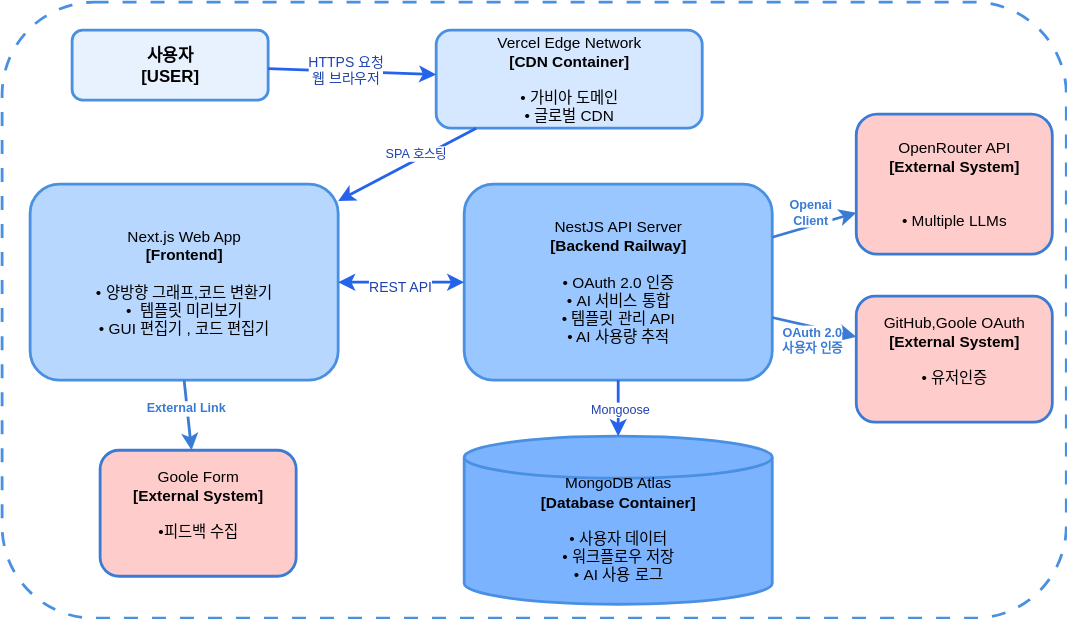
The draw.io diagram docs/assets/img/langgraph-architecture.svg in wo658/wo658.github.io, before a commit. Source tidied: cells renumbered, new cells last; positions are measured from the earlier drawing's top-left corner, leaving out a move shared by most shapes.
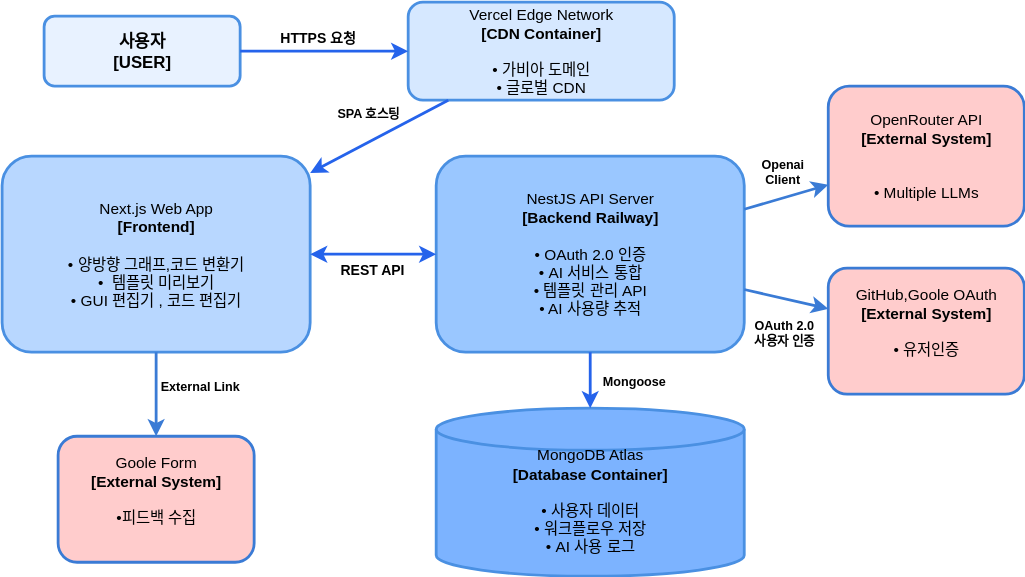
The same file after the commit.

Commit message:
chore: replace architecture diagram PNG with SVG and add zone identifier

What changed in the source:
```diff
@@ -2,11 +2,8 @@
   <root>
     <mxCell id="0" />
     <mxCell id="1" parent="0" />
-    <mxCell id="2" style="rounded=1;whiteSpace=wrap;html=1;dashed=1;dashPattern=5 5;strokeColor=#4A90E2;fillColor=none;fontSize=16;fontStyle=1;fontColor=#1e3a8a;strokeWidth=2;" parent="1" vertex="1">
-      <mxGeometry width="760" height="440" as="geometry" />
-    </mxCell>
     <mxCell id="3" value="&lt;div&gt;&lt;br&gt;&lt;/div&gt;사용자&lt;b&gt;&lt;br&gt;&lt;/b&gt;&lt;div&gt;&lt;b&gt;[USER]&lt;/b&gt;&lt;br&gt;&lt;div&gt;&lt;br&gt;&lt;/div&gt;&lt;/div&gt;" style="rounded=1;whiteSpace=wrap;html=1;fillColor=#E8F2FF;strokeColor=#4A90E2;fontSize=12;fontStyle=1;align=center;strokeWidth=2;" parent="1" vertex="1">
-      <mxGeometry x="50" y="20" width="140" height="50" as="geometry" />
+      <mxGeometry x="50" y="30" width="140" height="50" as="geometry" />
     </mxCell>
     <mxCell id="4" value="Vercel Edge Network&lt;br&gt;&lt;b&gt;[CDN Container]&lt;/b&gt;&lt;br&gt;&lt;br&gt;• 가비아 도메인&lt;br&gt;• 글로벌 CDN" style="rounded=1;whiteSpace=wrap;html=1;fillColor=#D6E8FF;strokeColor=#4A90E2;fontSize=11;align=center;strokeWidth=2;" parent="1" vertex="1">
       <mxGeometry x="310" y="20" width="190" height="70" as="geometry" />
@@ -29,55 +26,59 @@
     <mxCell id="10" style="endArrow=classic;html=1;rounded=0;strokeWidth=2;strokeColor=#2563eb;" parent="1" edge="1" source="3" target="4">
       <mxGeometry relative="1" as="geometry" />
     </mxCell>
-    <mxCell id="11" value="&lt;span style=&quot;font-weight: normal;&quot;&gt;HTTPS 요청&lt;br&gt;웹 브라우저&lt;/span&gt;" style="edgeLabel;html=1;align=center;verticalAlign=middle;fontSize=10;fontStyle=1;fontColor=#1e40af;" parent="10" vertex="1">
-      <mxGeometry x="-0.1" y="2" relative="1" as="geometry" />
+    <mxCell id="11" value="&lt;span style=&quot;&quot;&gt;HTTPS 요청&lt;br&gt;&lt;br&gt;&lt;/span&gt;" style="edgeLabel;html=1;align=center;verticalAlign=middle;fontSize=10;fontStyle=1;fontColor=#000000;fillColor=none;strokeColor=none;shadow=0;labelBackgroundColor=none;" parent="10" vertex="1">
+      <mxGeometry x="-0.1" y="2" relative="1" as="geometry">
+        <mxPoint y="-3" as="offset" />
+      </mxGeometry>
     </mxCell>
     <mxCell id="12" style="endArrow=classic;html=1;rounded=0;strokeWidth=2;strokeColor=#2563eb;" parent="1" edge="1" source="4" target="5">
       <mxGeometry relative="1" as="geometry" />
     </mxCell>
-    <mxCell id="13" value="SPA 호스팅" style="edgeLabel;html=1;align=center;verticalAlign=middle;fontSize=9;fontColor=#1e40af;" parent="12" vertex="1">
+    <mxCell id="13" value="SPA 호스팅" style="edgeLabel;html=1;align=center;verticalAlign=middle;fontSize=9;fontColor=#000000;fillColor=none;labelBackgroundColor=none;fontStyle=1;" parent="12" vertex="1">
       <mxGeometry x="-0.2" y="1" relative="1" as="geometry">
-        <mxPoint x="-5" y="-4" as="offset" />
+        <mxPoint x="-19" y="-12" as="offset" />
       </mxGeometry>
     </mxCell>
     <mxCell id="14" style="endArrow=classic;startArrow=classic;html=1;rounded=0;strokeWidth=2;strokeColor=#2563eb;" parent="1" edge="1" source="5" target="6">
       <mxGeometry relative="1" as="geometry" />
     </mxCell>
-    <mxCell id="15" value="&lt;span style=&quot;font-weight: normal;&quot;&gt;REST API&lt;/span&gt;" style="edgeLabel;html=1;align=center;verticalAlign=middle;fontSize=10;fontStyle=1;fontColor=#1e40af;" parent="14" vertex="1">
-      <mxGeometry x="-0.05" y="-2" relative="1" as="geometry" />
+    <mxCell id="15" value="&lt;span style=&quot;&quot;&gt;REST API&lt;/span&gt;" style="edgeLabel;html=1;align=center;verticalAlign=middle;fontSize=10;fontStyle=1;fontColor=#000000;fillColor=none;labelBackgroundColor=none;" parent="14" vertex="1">
+      <mxGeometry x="-0.05" y="-2" relative="1" as="geometry">
+        <mxPoint y="8" as="offset" />
+      </mxGeometry>
     </mxCell>
     <mxCell id="16" style="endArrow=classic;html=1;rounded=0;strokeWidth=2;strokeColor=#2563eb;" parent="1" edge="1" source="6" target="7">
       <mxGeometry relative="1" as="geometry" />
     </mxCell>
-    <mxCell id="17" value="Mongoose" style="edgeLabel;html=1;align=center;verticalAlign=middle;fontSize=9;fontColor=#1e40af;" parent="16" vertex="1">
+    <mxCell id="17" value="Mongoose" style="edgeLabel;html=1;align=center;verticalAlign=middle;fontSize=9;fontColor=#000000;fillColor=none;labelBackgroundColor=none;fontStyle=1;" parent="16" vertex="1">
       <mxGeometry x="0.1" y="1" relative="1" as="geometry">
-        <mxPoint x="-1" y="-2" as="offset" />
+        <mxPoint x="29" y="-2" as="offset" />
       </mxGeometry>
     </mxCell>
     <mxCell id="18" style="endArrow=classic;html=1;rounded=0;strokeWidth=2;strokeColor=#3A7BD5;" parent="1" edge="1" source="6" target="8">
       <mxGeometry relative="1" as="geometry" />
     </mxCell>
-    <mxCell id="19" value="&lt;b&gt;Openai&lt;br&gt;Client&lt;/b&gt;" style="edgeLabel;html=1;align=center;verticalAlign=middle;fontSize=9;fontColor=#3A7BD5;" parent="18" vertex="1">
+    <mxCell id="19" value="&lt;span&gt;Openai&lt;br&gt;Client&lt;/span&gt;" style="edgeLabel;html=1;align=center;verticalAlign=middle;fontSize=9;fontColor=#000000;fillColor=none;labelBackgroundColor=none;fontStyle=1;" parent="18" vertex="1">
       <mxGeometry x="-0.1" y="1" relative="1" as="geometry">
-        <mxPoint y="-10" as="offset" />
+        <mxPoint y="-19" as="offset" />
       </mxGeometry>
     </mxCell>
     <mxCell id="20" style="endArrow=classic;html=1;rounded=0;strokeWidth=2;strokeColor=#3A7BD5;" parent="1" edge="1" source="6" target="9">
       <mxGeometry relative="1" as="geometry" />
     </mxCell>
-    <mxCell id="21" value="&lt;b&gt;OAuth 2.0&lt;br&gt;사용자 인증&lt;/b&gt;" style="edgeLabel;html=1;align=center;verticalAlign=middle;fontSize=9;fontColor=#3A7BD5;" parent="20" vertex="1">
+    <mxCell id="21" value="&lt;span&gt;OAuth 2.0&lt;br&gt;사용자 인증&lt;/span&gt;" style="edgeLabel;html=1;align=center;verticalAlign=middle;fontSize=9;fontColor=#000000;fillColor=none;labelBackgroundColor=none;fontStyle=1;" parent="20" vertex="1">
       <mxGeometry x="-0.1" y="1" relative="1" as="geometry">
-        <mxPoint y="10" as="offset" />
+        <mxPoint y="25" as="offset" />
       </mxGeometry>
     </mxCell>
     <mxCell id="22" value="Goole Form&lt;br&gt;&lt;b&gt;[External System]&lt;/b&gt;&lt;br&gt;&lt;br&gt;•피드백 수집&lt;div&gt;&lt;br&gt;&lt;/div&gt;" style="rounded=1;whiteSpace=wrap;html=1;fillColor=#FFCCCC;strokeColor=#3A7BD5;fontSize=11;align=center;strokeWidth=2;" parent="1" vertex="1">
-      <mxGeometry x="70" y="320" width="140" height="90" as="geometry" />
+      <mxGeometry x="60" y="330" width="140" height="90" as="geometry" />
     </mxCell>
     <mxCell id="23" style="endArrow=classic;html=1;rounded=0;strokeWidth=2;strokeColor=#3A7BD5;exitX=0.5;exitY=1;exitDx=0;exitDy=0;" parent="1" edge="1" source="5" target="22">
       <mxGeometry relative="1" as="geometry" />
     </mxCell>
-    <mxCell id="24" value="&lt;b&gt;External Link&lt;/b&gt;" style="edgeLabel;html=1;align=center;verticalAlign=middle;fontSize=9;fontColor=#3A7BD5;" parent="1" vertex="1">
-      <mxGeometry x="210" y="365" as="geometry">
+    <mxCell id="24" value="&lt;span&gt;External Link&lt;/span&gt;" style="edgeLabel;html=1;align=center;verticalAlign=middle;fontSize=9;fontColor=#000000;fillColor=none;labelBackgroundColor=none;fontStyle=1;" parent="1" vertex="1">
+      <mxGeometry x="240" y="370" as="geometry">
         <mxPoint x="-80" y="-76" as="offset" />
       </mxGeometry>
     </mxCell>
```
